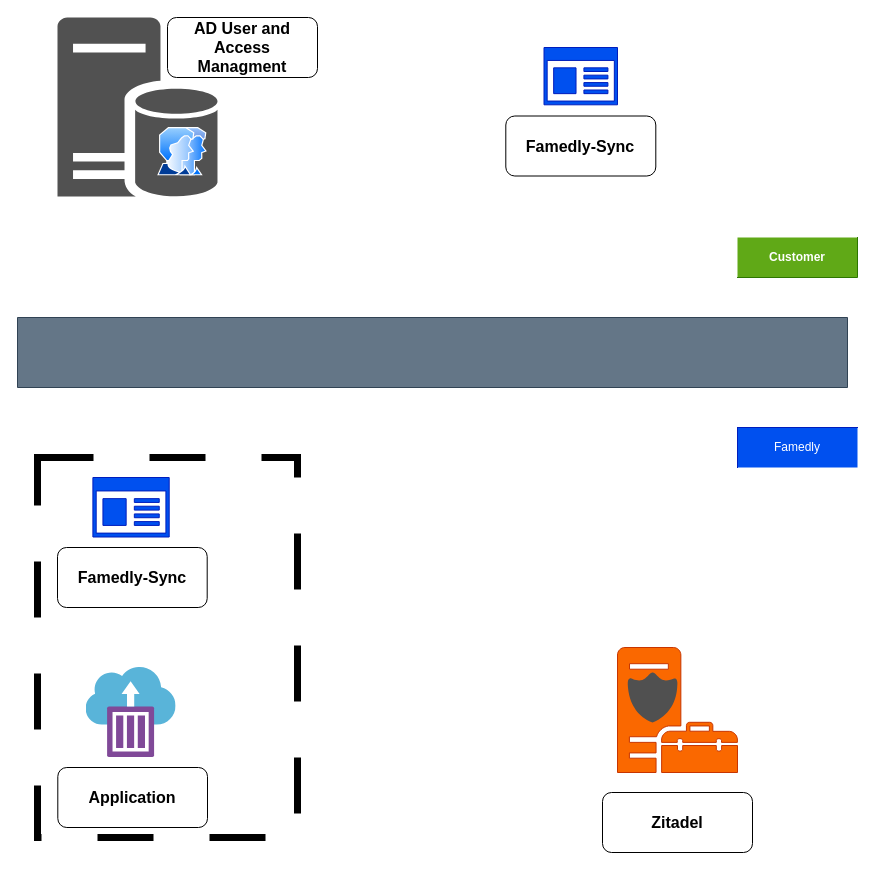
Above: Famedly_diagram.drawio in DimitrijaGj/coursera (draw.io), before the change. Source tidied: cells renumbered, new cells numbered last; positions are measured from the earlier drawing's top-left corner, leaving out a move shared by most shapes. Both pictures are drawn from the tidied source at 100%, with x=0, y=0 at pixel (17, 17).
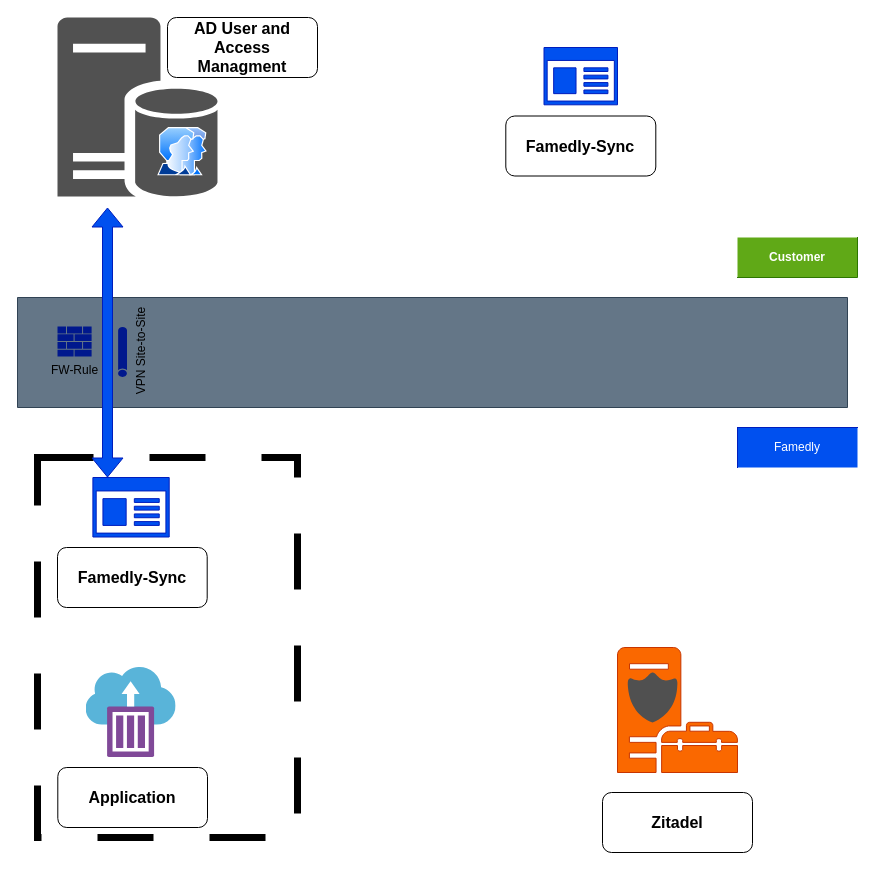
Above is the later version.

Diff of the diagram source:
```diff
@@
     <mxCell id="3" style="verticalLabelPosition=bottom;verticalAlign=top;html=1;shape=mxgraph.basic.rect;fillColor2=none;strokeWidth=1;size=20;indent=100;fillColor=#647687;fontColor=#ffffff;strokeColor=#314354;" parent="1" vertex="1">
-      <mxGeometry y="300" width="830" height="70" as="geometry" />
+      <mxGeometry y="280" width="830" height="110" as="geometry" />
     </mxCell>
@@
+    <mxCell id="18" style="shape=flexArrow;endArrow=classic;startArrow=classic;html=1;rounded=0;exitX=0.178;exitY=0;exitDx=0;exitDy=0;exitPerimeter=0;fillColor=#0050ef;strokeColor=#001DBC;" parent="1" edge="1">
+      <mxGeometry relative="1" as="geometry">
+        <mxPoint x="90" y="460" as="sourcePoint" />
+        <mxPoint x="90" y="190" as="targetPoint" />
+      </mxGeometry>
+    </mxCell>
+    <mxCell id="19" value="FW-Rule" style="sketch=0;shadow=0;dashed=0;html=1;strokeColor=none;labelPosition=center;verticalLabelPosition=bottom;verticalAlign=top;align=center;fillColor=#00188D;shape=mxgraph.mscae.enterprise.firewall;" parent="1" vertex="1">
+      <mxGeometry x="40" y="309" width="34.1" height="30" as="geometry" />
+    </mxCell>
+    <mxCell id="20" value="VPN Site-to-Site" style="sketch=0;shadow=0;dashed=0;html=1;strokeColor=none;labelPosition=center;verticalLabelPosition=bottom;verticalAlign=top;align=center;fillColor=#00188D;shape=mxgraph.mscae.general.tunnel;rotation=-90;" parent="1" vertex="1">
+      <mxGeometry x="80" y="330" width="50" height="9" as="geometry" />
+    </mxCell>
```
